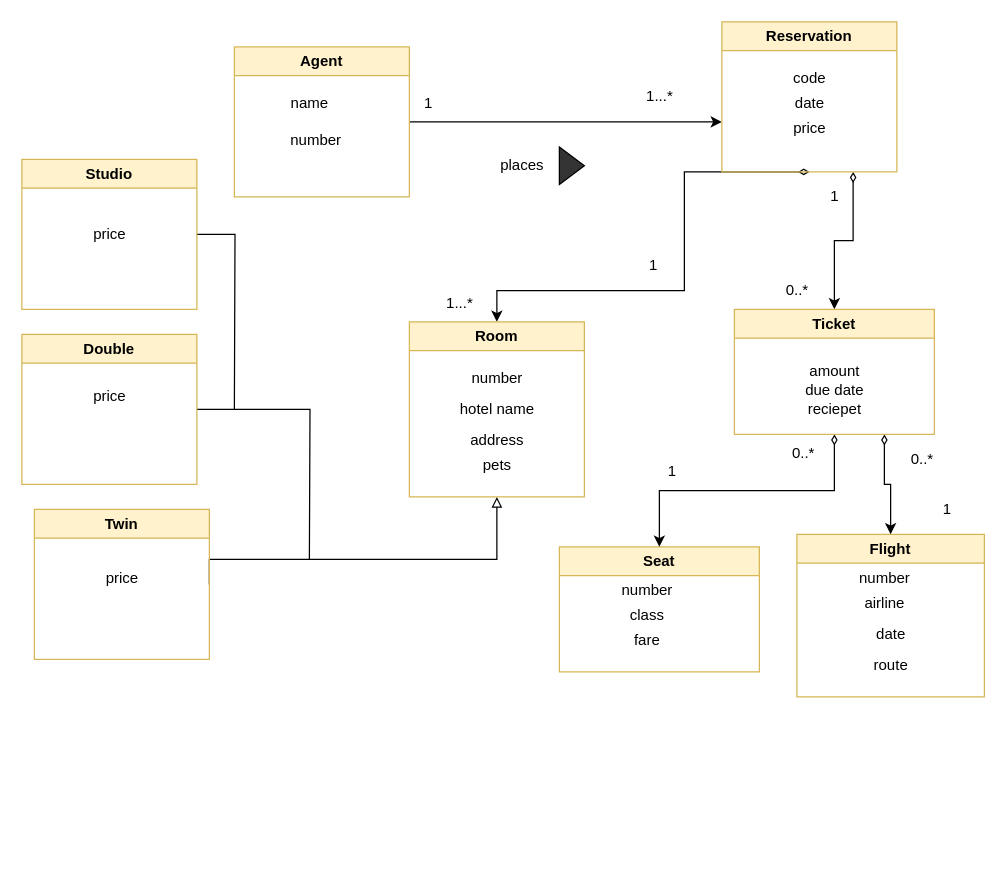
Noah-B-Reef/CS-3560-Homework-3 keeps this draw.io diagram as Q2A.drawio. Above is the earlier version. Source tidied: cells renumbered, new cells numbered last; positions are measured from the earlier drawing's top-left corner, leaving out a move shared by most shapes. Both pictures are drawn from the tidied source at 125%, with x=0, y=0 at pixel (21, 21).
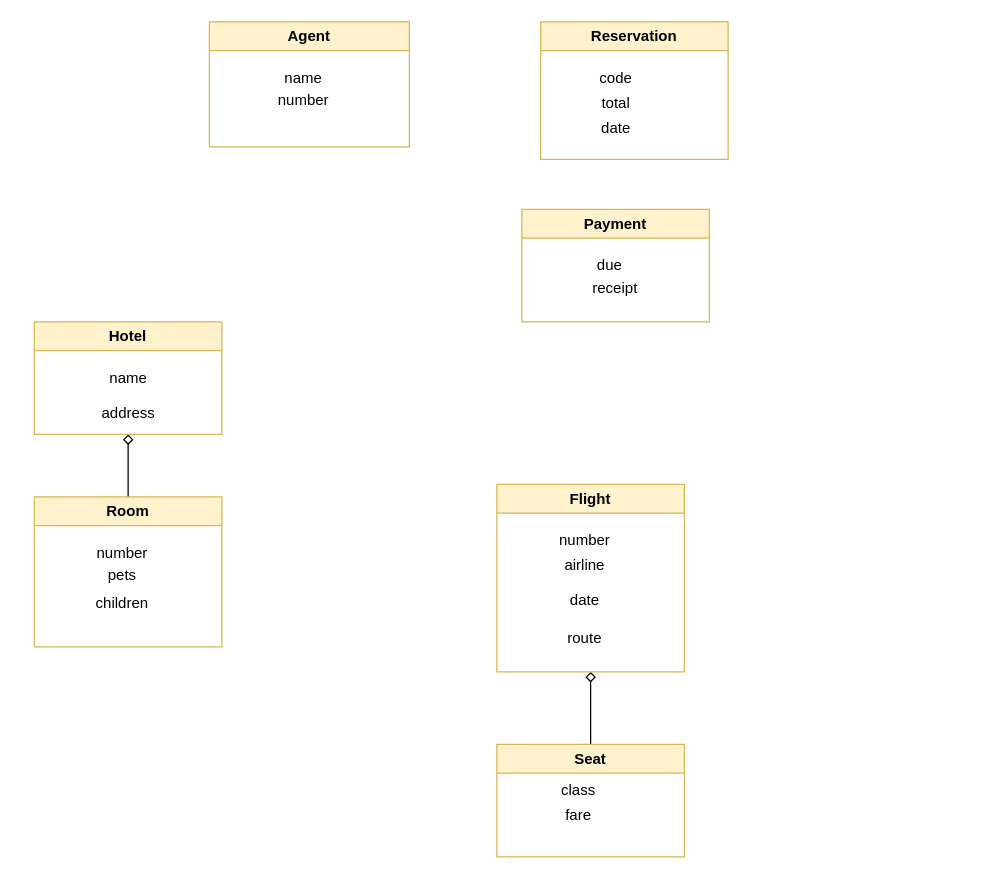
After the change.

Diff of the diagram source:
```diff
@@
-    <mxCell id="2" style="edgeStyle=orthogonalEdgeStyle;rounded=0;jettySize=auto;html=1;exitX=1;exitY=0.5;exitDx=0;exitDy=0;" parent="1" edge="1" source="3">
-      <mxGeometry relative="1" as="geometry">
-        <mxPoint x="560" y="80" as="targetPoint" />
-      </mxGeometry>
-    </mxCell>
-    <mxCell id="3" value="Agent" style="swimlane;whiteSpace=wrap;html=1;startSize=23;fillColor=#fff2cc;strokeColor=#d6b656;" parent="1" vertex="1">
-      <mxGeometry x="170" y="20" width="140" height="120" as="geometry" />
+    <mxCell id="3" value="Agent" style="swimlane;whiteSpace=wrap;html=1;fillColor=#fff2cc;strokeColor=#d6b656;" parent="1" vertex="1">
+      <mxGeometry x="150" width="160" height="100" as="geometry" />
     </mxCell>
-    <mxCell id="4" value="number" style="text;html=1;align=center;verticalAlign=middle;strokeColor=none;fillColor=none;" parent="3" vertex="1">
-      <mxGeometry x="35" y="60" width="60" height="30" as="geometry" />
-    </mxCell>
-    <mxCell id="5" value="name" style="text;html=1;align=center;verticalAlign=middle;strokeColor=none;fillColor=none;" parent="3" vertex="1">
-      <mxGeometry x="35" y="30" width="50" height="30" as="geometry" />
-    </mxCell>
-    <mxCell id="6" style="edgeStyle=orthogonalEdgeStyle;rounded=0;jettySize=auto;html=1;exitX=0.5;exitY=1;exitDx=0;exitDy=0;entryX=0.5;entryY=0;entryDx=0;entryDy=0;startArrow=diamondThin;startFill=0;sourcePerimeterSpacing=7;" parent="1" edge="1" source="8" target="17">
-      <mxGeometry relative="1" as="geometry">
-        <Array as="points">
-          <mxPoint x="530" y="215" />
-          <mxPoint x="380" y="215" />
-        </Array>
-      </mxGeometry>
-    </mxCell>
-    <mxCell id="7" style="edgeStyle=orthogonalEdgeStyle;rounded=0;jettySize=auto;html=1;exitX=0.75;exitY=1;exitDx=0;exitDy=0;endArrow=classic;endFill=1;startArrow=diamondThin;startFill=0;entryX=0.5;entryY=0;entryDx=0;entryDy=0;" parent="1" edge="1" source="8" target="43">
-      <mxGeometry relative="1" as="geometry" />
-    </mxCell>
+    <mxCell id="53" value="number" style="text;html=1;align=center;verticalAlign=middle;strokeColor=none;fillColor=none;" parent="3" vertex="1">
+      <mxGeometry x="45" y="48" width="60" height="30" as="geometry" />
+    </mxCell>
+    <mxCell id="54" value="name" style="text;html=1;align=center;verticalAlign=middle;strokeColor=none;fillColor=none;" parent="3" vertex="1">
+      <mxGeometry x="50" y="30" width="50" height="30" as="geometry" />
+    </mxCell>
-    <mxCell id="8" value="Reservation" style="swimlane;whiteSpace=wrap;html=1;fillColor=#fff2cc;strokeColor=#d6b656;" parent="1" vertex="1">
-      <mxGeometry x="560" width="140" height="120" as="geometry" />
+    <mxCell id="8" value="Reservation" style="swimlane;whiteSpace=wrap;html=1;fillColor=#fff2cc;strokeColor=#d6b656;startSize=23;" parent="1" vertex="1">
+      <mxGeometry x="415" width="150" height="110" as="geometry" />
     </mxCell>
+    <mxCell id="55" value="total" style="text;html=1;align=center;verticalAlign=middle;strokeColor=none;fillColor=none;" parent="8" vertex="1">
+      <mxGeometry x="35" y="50" width="50" height="30" as="geometry" />
+    </mxCell>
+    <mxCell id="56" value="date" style="text;html=1;align=center;verticalAlign=middle;strokeColor=none;fillColor=none;" parent="8" vertex="1">
+      <mxGeometry x="35" y="70" width="50" height="30" as="geometry" />
+    </mxCell>
     <mxCell id="9" value="code" style="text;html=1;align=center;verticalAlign=middle;strokeColor=none;fillColor=none;" parent="8" vertex="1">
-      <mxGeometry x="45" y="30" width="50" height="30" as="geometry" />
+      <mxGeometry x="35" y="30" width="50" height="30" as="geometry" />
     </mxCell>
-    <mxCell id="10" value="date" style="text;html=1;align=center;verticalAlign=middle;strokeColor=none;fillColor=none;" parent="8" vertex="1">
-      <mxGeometry x="45" y="50" width="50" height="30" as="geometry" />
-    </mxCell>
-    <mxCell id="11" value="price" style="text;html=1;align=center;verticalAlign=middle;strokeColor=none;fillColor=none;" parent="8" vertex="1">
-      <mxGeometry x="45" y="70" width="50" height="30" as="geometry" />
-    </mxCell>
-    <mxCell id="12" style="edgeStyle=orthogonalEdgeStyle;rounded=0;jettySize=auto;html=1;exitX=1;exitY=0.5;exitDx=0;exitDy=0;entryX=0.5;entryY=1;entryDx=0;entryDy=0;endArrow=block;endFill=0;" parent="1" edge="1" source="13" target="17">
-      <mxGeometry relative="1" as="geometry">
-        <Array as="points">
-          <mxPoint x="150" y="430" />
-          <mxPoint x="380" y="430" />
-        </Array>
-      </mxGeometry>
-    </mxCell>
-    <mxCell id="13" value="Twin" style="swimlane;whiteSpace=wrap;html=1;fillColor=#fff2cc;strokeColor=#d6b656;" parent="1" vertex="1">
-      <mxGeometry x="10" y="390" width="140" height="120" as="geometry" />
-    </mxCell>
-    <mxCell id="14" value="price" style="text;html=1;align=center;verticalAlign=middle;strokeColor=none;fillColor=none;" parent="13" vertex="1">
-      <mxGeometry x="45" y="40" width="50" height="30" as="geometry" />
-    </mxCell>
-    <mxCell id="15" style="edgeStyle=orthogonalEdgeStyle;rounded=0;jettySize=auto;html=1;exitX=1;exitY=0.5;exitDx=0;exitDy=0;endArrow=none;endFill=0;" parent="1" edge="1" source="16">
-      <mxGeometry relative="1" as="geometry">
-        <mxPoint x="230" y="430" as="targetPoint" />
-      </mxGeometry>
-    </mxCell>
-    <mxCell id="16" value="Double" style="swimlane;whiteSpace=wrap;html=1;fillColor=#fff2cc;strokeColor=#d6b656;" parent="1" vertex="1">
-      <mxGeometry y="250" width="140" height="120" as="geometry" />
-    </mxCell>
+    <mxCell id="57" style="edgeStyle=orthogonalEdgeStyle;rounded=0;jettySize=auto;html=1;exitX=0.5;exitY=1;exitDx=0;exitDy=0;entryX=0.5;entryY=0;entryDx=0;entryDy=0;startArrow=diamond;startFill=0;endArrow=none;endFill=0;" parent="1" edge="1" source="58" target="17">
+      <mxGeometry relative="1" as="geometry" />
+    </mxCell>
+    <mxCell id="58" value="Hotel" style="swimlane;whiteSpace=wrap;html=1;fillColor=#fff2cc;strokeColor=#d6b656;startSize=23;" parent="1" vertex="1">
+      <mxGeometry x="10" y="240" width="150" height="90" as="geometry" />
+    </mxCell>
+    <mxCell id="20" value="address" style="text;html=1;align=center;verticalAlign=middle;strokeColor=none;fillColor=none;" parent="58" vertex="1">
+      <mxGeometry x="40" y="58" width="70" height="30" as="geometry" />
+    </mxCell>
+    <mxCell id="59" value="name" style="text;html=1;align=center;verticalAlign=middle;strokeColor=none;fillColor=none;" parent="58" vertex="1">
+      <mxGeometry x="50" y="30" width="50" height="30" as="geometry" />
+    </mxCell>
-    <mxCell id="17" value="Room" style="swimlane;whiteSpace=wrap;html=1;fillColor=#fff2cc;strokeColor=#d6b656;" parent="1" vertex="1">
-      <mxGeometry x="310" y="240" width="140" height="140" as="geometry" />
+    <mxCell id="17" value="Room" style="swimlane;whiteSpace=wrap;html=1;fillColor=#fff2cc;strokeColor=#d6b656;startSize=23;" parent="1" vertex="1">
+      <mxGeometry x="10" y="380" width="150" height="120" as="geometry" />
     </mxCell>
-    <mxCell id="18" value="number" style="text;html=1;align=center;verticalAlign=middle;strokeColor=none;fillColor=none;" parent="17" vertex="1">
-      <mxGeometry x="40" y="30" width="60" height="30" as="geometry" />
-    </mxCell>
-    <mxCell id="19" value="hotel name&lt;br&gt;" style="text;html=1;align=center;verticalAlign=middle;strokeColor=none;fillColor=none;" parent="17" vertex="1">
-      <mxGeometry x="30" y="55" width="80" height="30" as="geometry" />
-    </mxCell>
-    <mxCell id="20" value="address" style="text;html=1;align=center;verticalAlign=middle;strokeColor=none;fillColor=none;" parent="17" vertex="1">
-      <mxGeometry x="35" y="80" width="70" height="30" as="geometry" />
-    </mxCell>
+    <mxCell id="60" value="number" style="text;html=1;align=center;verticalAlign=middle;strokeColor=none;fillColor=none;" parent="17" vertex="1">
+      <mxGeometry x="40" y="30" width="60" height="30" as="geometry" />
+    </mxCell>
+    <mxCell id="61" value="children" style="text;html=1;align=center;verticalAlign=middle;strokeColor=none;fillColor=none;" parent="17" vertex="1">
+      <mxGeometry x="35" y="70" width="70" height="30" as="geometry" />
+    </mxCell>
     <mxCell id="21" value="pets" style="text;html=1;align=center;verticalAlign=middle;strokeColor=none;fillColor=none;" parent="17" vertex="1">
-      <mxGeometry x="45" y="100" width="50" height="30" as="geometry" />
+      <mxGeometry x="45" y="48" width="50" height="30" as="geometry" />
     </mxCell>
-    <mxCell id="22" value="1" style="text;html=1;align=center;verticalAlign=middle;strokeColor=none;fillColor=none;" parent="1" vertex="1">
-      <mxGeometry x="310" y="50" width="30" height="30" as="geometry" />
-    </mxCell>
-    <mxCell id="23" value="1...*" style="text;html=1;align=center;verticalAlign=middle;strokeColor=none;fillColor=none;" parent="1" vertex="1">
-      <mxGeometry x="490" y="45" width="40" height="30" as="geometry" />
-    </mxCell>
-    <mxCell id="24" style="triangle;whiteSpace=wrap;html=1;fillColor=#333333;" parent="1" vertex="1">
-      <mxGeometry x="430" y="100" width="20" height="30" as="geometry" />
-    </mxCell>
-    <mxCell id="25" value="places" style="text;html=1;align=center;verticalAlign=middle;strokeColor=none;fillColor=none;" parent="1" vertex="1">
-      <mxGeometry x="370" y="100" width="60" height="30" as="geometry" />
-    </mxCell>
-    <mxCell id="26" value="price" style="text;html=1;align=center;verticalAlign=middle;strokeColor=none;fillColor=none;" parent="1" vertex="1">
-      <mxGeometry x="45" y="285" width="50" height="30" as="geometry" />
-    </mxCell>
-    <mxCell id="27" value="1" style="text;html=1;align=center;verticalAlign=middle;strokeColor=none;fillColor=none;" parent="1" vertex="1">
-      <mxGeometry x="490" y="180" width="30" height="30" as="geometry" />
-    </mxCell>
-    <mxCell id="28" value="1...*" style="text;html=1;align=center;verticalAlign=middle;strokeColor=none;fillColor=none;" parent="1" vertex="1">
-      <mxGeometry x="330" y="210" width="40" height="30" as="geometry" />
-    </mxCell>
-    <mxCell id="29" style="edgeStyle=orthogonalEdgeStyle;rounded=0;jettySize=auto;html=1;exitX=1;exitY=0.5;exitDx=0;exitDy=0;endArrow=none;endFill=0;" parent="1" edge="1" source="30">
-      <mxGeometry relative="1" as="geometry">
-        <mxPoint x="170" y="310" as="targetPoint" />
-      </mxGeometry>
-    </mxCell>
-    <mxCell id="30" value="Studio" style="swimlane;whiteSpace=wrap;html=1;fillColor=#fff2cc;strokeColor=#d6b656;" parent="1" vertex="1">
-      <mxGeometry y="110" width="140" height="120" as="geometry" />
-    </mxCell>
-    <mxCell id="31" value="price" style="text;html=1;align=center;verticalAlign=middle;strokeColor=none;fillColor=none;" parent="30" vertex="1">
-      <mxGeometry x="45" y="45" width="50" height="30" as="geometry" />
-    </mxCell>
+    <mxCell id="62" style="edgeStyle=orthogonalEdgeStyle;rounded=0;jettySize=auto;html=1;exitX=0.5;exitY=1;exitDx=0;exitDy=0;entryX=0.5;entryY=0;entryDx=0;entryDy=0;startArrow=diamond;startFill=0;endArrow=none;endFill=0;" parent="1" edge="1" source="32" target="37">
+      <mxGeometry relative="1" as="geometry" />
+    </mxCell>
-    <mxCell id="32" value="Flight" style="swimlane;whiteSpace=wrap;html=1;fillColor=#fff2cc;strokeColor=#d6b656;" parent="1" vertex="1">
-      <mxGeometry x="620" y="410" width="150" height="130" as="geometry" />
+    <mxCell id="32" value="Flight" style="swimlane;whiteSpace=wrap;html=1;fillColor=#fff2cc;strokeColor=#d6b656;startSize=23;" parent="1" vertex="1">
+      <mxGeometry x="380" y="370" width="150" height="150" as="geometry" />
     </mxCell>
-    <mxCell id="33" value="number" style="text;html=1;align=center;verticalAlign=middle;strokeColor=none;fillColor=none;" parent="32" vertex="1">
-      <mxGeometry x="40" y="20" width="60" height="30" as="geometry" />
-    </mxCell>
     <mxCell id="34" value="airline" style="text;html=1;align=center;verticalAlign=middle;strokeColor=none;fillColor=none;" parent="32" vertex="1">
-      <mxGeometry x="40" y="40" width="60" height="30" as="geometry" />
+      <mxGeometry x="40" y="50" width="60" height="30" as="geometry" />
     </mxCell>
-    <mxCell id="35" value="date" style="text;html=1;align=center;verticalAlign=middle;strokeColor=none;fillColor=none;" parent="32" vertex="1">
-      <mxGeometry x="50" y="65" width="50" height="30" as="geometry" />
-    </mxCell>
+    <mxCell id="63" value="number" style="text;html=1;align=center;verticalAlign=middle;strokeColor=none;fillColor=none;" parent="32" vertex="1">
+      <mxGeometry x="40" y="30" width="60" height="30" as="geometry" />
+    </mxCell>
+    <mxCell id="64" value="date" style="text;html=1;align=center;verticalAlign=middle;strokeColor=none;fillColor=none;" parent="32" vertex="1">
+      <mxGeometry x="45" y="78" width="50" height="30" as="geometry" />
+    </mxCell>
     <mxCell id="36" value="route" style="text;html=1;align=center;verticalAlign=middle;strokeColor=none;fillColor=none;" parent="32" vertex="1">
-      <mxGeometry x="50" y="90" width="50" height="30" as="geometry" />
+      <mxGeometry x="45" y="108" width="50" height="30" as="geometry" />
     </mxCell>
-    <mxCell id="37" value="Seat" style="swimlane;whiteSpace=wrap;html=1;fillColor=#fff2cc;strokeColor=#d6b656;" parent="1" vertex="1">
-      <mxGeometry x="430" y="420" width="160" height="100" as="geometry" />
+    <mxCell id="37" value="Seat" style="swimlane;whiteSpace=wrap;html=1;fillColor=#fff2cc;strokeColor=#d6b656;startSize=23;" parent="1" vertex="1">
+      <mxGeometry x="380" y="578" width="150" height="90" as="geometry" />
     </mxCell>
-    <mxCell id="38" value="number" style="text;html=1;align=center;verticalAlign=middle;strokeColor=none;fillColor=none;" parent="37" vertex="1">
-      <mxGeometry x="40" y="20" width="60" height="30" as="geometry" />
-    </mxCell>
     <mxCell id="39" value="class" style="text;html=1;align=center;verticalAlign=middle;strokeColor=none;fillColor=none;" parent="37" vertex="1">
-      <mxGeometry x="45" y="40" width="50" height="30" as="geometry" />
+      <mxGeometry x="40" y="22" width="50" height="30" as="geometry" />
     </mxCell>
     <mxCell id="40" value="fare" style="text;html=1;align=center;verticalAlign=middle;strokeColor=none;fillColor=none;" parent="37" vertex="1">
-      <mxGeometry x="50" y="60" width="40" height="30" as="geometry" />
+      <mxGeometry x="45" y="42" width="40" height="30" as="geometry" />
     </mxCell>
-    <mxCell id="41" style="edgeStyle=orthogonalEdgeStyle;rounded=0;jettySize=auto;html=1;exitX=0.5;exitY=1;exitDx=0;exitDy=0;entryX=0.5;entryY=0;entryDx=0;entryDy=0;startArrow=diamondThin;startFill=0;" parent="1" edge="1" source="43" target="37">
-      <mxGeometry relative="1" as="geometry" />
-    </mxCell>
-    <mxCell id="42" style="edgeStyle=orthogonalEdgeStyle;rounded=0;jettySize=auto;html=1;exitX=0.75;exitY=1;exitDx=0;exitDy=0;entryX=0.5;entryY=0;entryDx=0;entryDy=0;startArrow=diamondThin;startFill=0;" parent="1" edge="1" source="43" target="32">
-      <mxGeometry relative="1" as="geometry" />
-    </mxCell>
-    <mxCell id="43" value="Ticket" style="swimlane;whiteSpace=wrap;html=1;fillColor=#fff2cc;strokeColor=#d6b656;" parent="1" vertex="1">
-      <mxGeometry x="570" y="230" width="160" height="100" as="geometry" />
-    </mxCell>
-    <mxCell id="44" value="due date" style="text;html=1;align=center;verticalAlign=middle;strokeColor=none;fillColor=none;" parent="43" vertex="1">
-      <mxGeometry x="45" y="50" width="70" height="30" as="geometry" />
-    </mxCell>
-    <mxCell id="45" value="reciepet" style="text;html=1;align=center;verticalAlign=middle;strokeColor=none;fillColor=none;" parent="43" vertex="1">
-      <mxGeometry x="45" y="65" width="70" height="30" as="geometry" />
-    </mxCell>
-    <mxCell id="46" value="amount" style="text;html=1;align=center;verticalAlign=middle;strokeColor=none;fillColor=none;" parent="43" vertex="1">
-      <mxGeometry x="50" y="35" width="60" height="30" as="geometry" />
-    </mxCell>
-    <mxCell id="47" value="1" style="text;html=1;align=center;verticalAlign=middle;strokeColor=none;fillColor=none;" parent="1" vertex="1">
-      <mxGeometry x="635" y="125" width="30" height="30" as="geometry" />
-    </mxCell>
-    <mxCell id="48" value="0..*" style="text;html=1;align=center;verticalAlign=middle;strokeColor=none;fillColor=none;" parent="1" vertex="1">
-      <mxGeometry x="600" y="200" width="40" height="30" as="geometry" />
-    </mxCell>
-    <mxCell id="49" value="0..*" style="text;html=1;align=center;verticalAlign=middle;strokeColor=none;fillColor=none;" parent="1" vertex="1">
-      <mxGeometry x="605" y="330" width="40" height="30" as="geometry" />
-    </mxCell>
-    <mxCell id="50" value="1" style="text;html=1;align=center;verticalAlign=middle;strokeColor=none;fillColor=none;" parent="1" vertex="1">
-      <mxGeometry x="505" y="345" width="30" height="30" as="geometry" />
-    </mxCell>
-    <mxCell id="51" value="0..*" style="text;html=1;align=center;verticalAlign=middle;strokeColor=none;fillColor=none;" parent="1" vertex="1">
-      <mxGeometry x="700" y="335" width="40" height="30" as="geometry" />
-    </mxCell>
-    <mxCell id="52" value="1" style="text;html=1;align=center;verticalAlign=middle;strokeColor=none;fillColor=none;" parent="1" vertex="1">
-      <mxGeometry x="725" y="375" width="30" height="30" as="geometry" />
-    </mxCell>
+    <mxCell id="65" value="Payment" style="swimlane;whiteSpace=wrap;html=1;fillColor=#fff2cc;strokeColor=#d6b656;startSize=23;" parent="1" vertex="1">
+      <mxGeometry x="400" y="150" width="150" height="90" as="geometry" />
+    </mxCell>
+    <mxCell id="66" value="receipt&amp;nbsp;" style="text;html=1;align=center;verticalAlign=middle;strokeColor=none;fillColor=none;" parent="65" vertex="1">
+      <mxGeometry x="46" y="48" width="60" height="30" as="geometry" />
+    </mxCell>
+    <mxCell id="67" value="due" style="text;html=1;align=center;verticalAlign=middle;strokeColor=none;fillColor=none;" parent="65" vertex="1">
+      <mxGeometry x="50" y="30" width="40" height="30" as="geometry" />
+    </mxCell>
```
